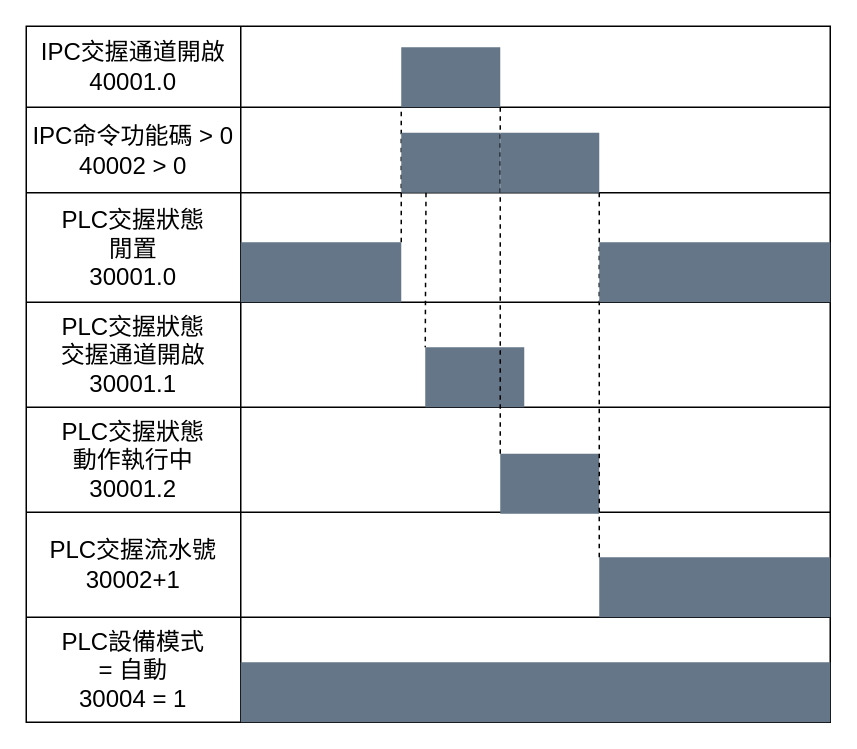
Above: 交握時序圖.drawio in ChiangRyan/process-diagram (draw.io), before the change. Source tidied: cells renumbered, new cells numbered last; positions are measured from the earlier drawing's top-left corner, leaving out a move shared by most shapes. Both pictures are drawn from the tidied source at 150%, with x=0, y=0 at pixel (26, 26).
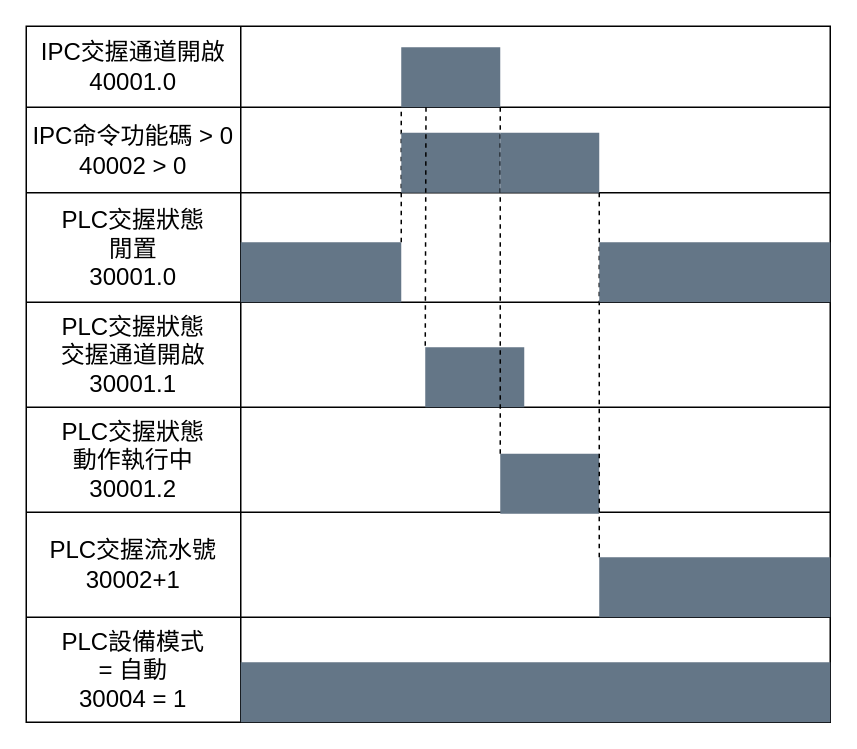
Above is the later version.

Commit message:
更新交握時序圖.drawio

The change refers to these unchanged cells:
```xml
<mxCell id="24" style="rounded=0;whiteSpace=wrap;html=1;fillColor=#647687;fontColor=#ffffff;strokeColor=none;gradientColor=none;" parent="1" vertex="1">
  <mxGeometry x="250" y="14" width="66" height="40" as="geometry" />
</mxCell>
<mxCell id="26" style="rounded=0;whiteSpace=wrap;html=1;fillColor=#647687;fontColor=#ffffff;strokeColor=none;gradientColor=none;" parent="1" vertex="1">
  <mxGeometry x="266" y="214" width="66" height="40" as="geometry" />
</mxCell>
<mxCell id="33" style="rounded=0;whiteSpace=wrap;html=1;fillColor=#647687;fontColor=#ffffff;strokeColor=none;gradientColor=none;" parent="1" vertex="1">
  <mxGeometry x="250" y="71" width="66" height="40" as="geometry" />
</mxCell>
```

What changed in the source:
```diff
@@
-    <mxCell id="34" style="endArrow=none;dashed=1;html=1;rounded=0;exitX=0.25;exitY=1;exitDx=0;exitDy=0;entryX=0;entryY=0;entryDx=0;entryDy=0;" parent="1" edge="1" source="33" target="26">
+    <mxCell id="34" style="endArrow=none;dashed=1;html=1;rounded=0;exitX=0.25;exitY=1;exitDx=0;exitDy=0;entryX=0;entryY=0;entryDx=0;entryDy=0;" parent="1" edge="1" source="24" target="26">
       <mxGeometry relative="1" as="geometry" />
     </mxCell>
```
